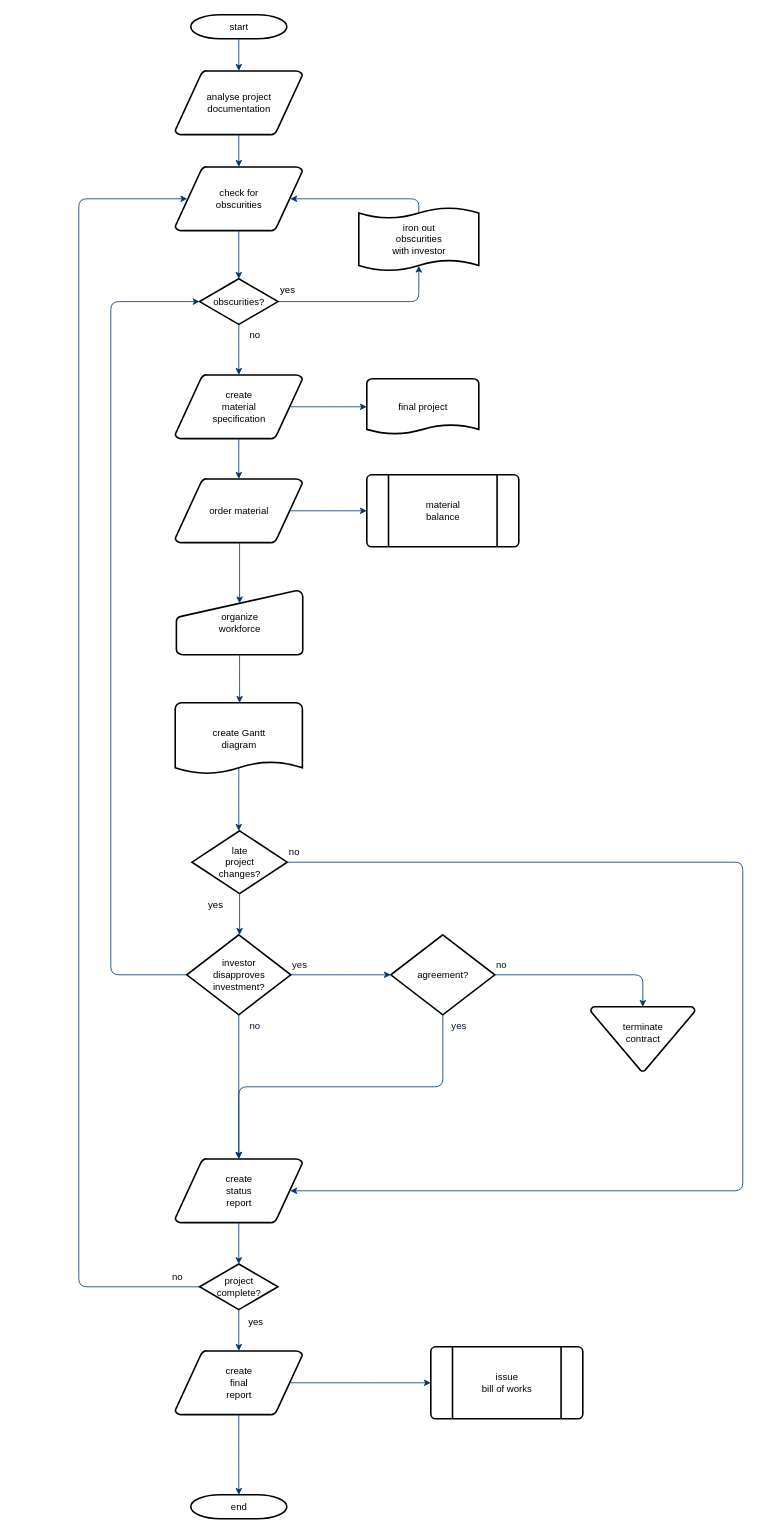
The draw.io diagram Untitled Diagram.drawio in msoutopico/capps_doc, before the edit. Source tidied: cells renumbered, new cells numbered last; positions are measured from the earlier drawing's top-left corner, leaving out a move shared by most shapes. Both pictures are drawn from the tidied source at 80%, with x=0, y=0 at pixel (78, 14).
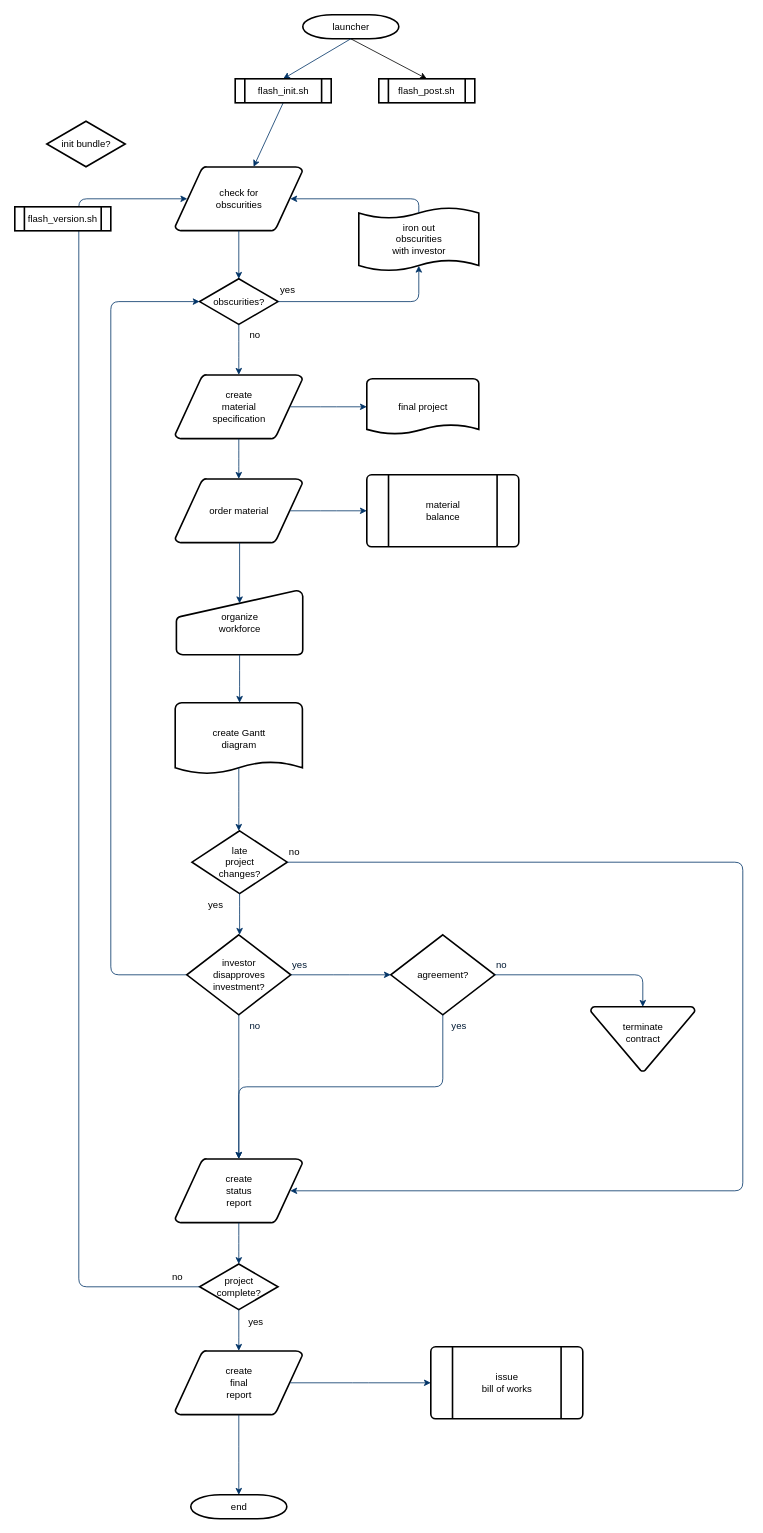
Above is the later version.

The change refers to these unchanged cells:
```xml
<mxCell id="5" value="check for&#10;obscurities" style="shape=mxgraph.flowchart.data;strokeWidth=2;gradientColor=none;gradientDirection=north;fontStyle=0;html=1;" parent="1" vertex="1">
  <mxGeometry x="120.5" y="190" width="159" height="80" as="geometry" />
</mxCell>
```

The edit, as a diff of the source:
```diff
@@
-    <mxCell id="2" value="start" style="shape=mxgraph.flowchart.terminator;strokeWidth=2;gradientColor=none;gradientDirection=north;fontStyle=0;html=1;" parent="1" vertex="1">
-      <mxGeometry x="140" width="120" height="30" as="geometry" />
+    <mxCell id="2" value="launcher" style="shape=mxgraph.flowchart.terminator;strokeWidth=2;gradientColor=none;gradientDirection=north;fontStyle=0;html=1;" parent="1" vertex="1">
+      <mxGeometry x="280" width="120" height="30" as="geometry" />
     </mxCell>
-    <mxCell id="3" value="analyse project&#10; documentation" style="shape=mxgraph.flowchart.data;strokeWidth=2;gradientColor=none;gradientDirection=north;fontStyle=0;html=1;" parent="1" vertex="1">
-      <mxGeometry x="120.5" y="70" width="159" height="80" as="geometry" />
-    </mxCell>
@@
-    <mxCell id="7" style="fontStyle=1;strokeColor=#003366;strokeWidth=1;html=1;" parent="1" edge="1" source="2" target="3">
+    <mxCell id="7" style="fontStyle=1;strokeColor=#003366;strokeWidth=1;html=1;entryX=0.5;entryY=0;entryDx=0;entryDy=0;exitX=0.5;exitY=1;exitDx=0;exitDy=0;exitPerimeter=0;" parent="1" edge="1" source="2" target="57">
       <mxGeometry relative="1" as="geometry" />
     </mxCell>
-    <mxCell id="8" style="fontStyle=1;strokeColor=#003366;strokeWidth=1;html=1;" parent="1" edge="1" source="3" target="5">
+    <mxCell id="8" style="fontStyle=1;strokeColor=#003366;strokeWidth=1;html=1;exitX=0.5;exitY=1;exitDx=0;exitDy=0;" parent="1" edge="1" source="57" target="5">
       <mxGeometry relative="1" as="geometry" />
     </mxCell>
@@
+    <mxCell id="56" style="endArrow=classic;html=1;exitX=0.5;exitY=1;exitDx=0;exitDy=0;exitPerimeter=0;entryX=0.5;entryY=0;entryDx=0;entryDy=0;" parent="1" edge="1" source="2" target="58">
+      <mxGeometry relative="1" as="geometry" />
+    </mxCell>
+    <mxCell id="57" value="flash_init.sh" style="shape=process;whiteSpace=wrap;html=1;backgroundOutline=1;strokeWidth=2;" parent="1" vertex="1">
+      <mxGeometry x="195.5" y="80" width="120" height="30" as="geometry" />
+    </mxCell>
+    <mxCell id="58" value="flash_post.sh" style="shape=process;whiteSpace=wrap;html=1;backgroundOutline=1;strokeWidth=2;" parent="1" vertex="1">
+      <mxGeometry x="375" y="80" width="120" height="30" as="geometry" />
+    </mxCell>
+    <mxCell id="59" value="init bundle?" style="shape=mxgraph.flowchart.decision;strokeWidth=2;gradientColor=none;gradientDirection=north;fontStyle=0;html=1;" parent="1" vertex="1">
+      <mxGeometry x="-40" y="133" width="98" height="57" as="geometry" />
+    </mxCell>
+    <mxCell id="60" value="flash_version.sh" style="shape=process;whiteSpace=wrap;html=1;backgroundOutline=1;strokeWidth=2;" parent="1" vertex="1">
+      <mxGeometry x="-80" y="240" width="120" height="30" as="geometry" />
+    </mxCell>
```
